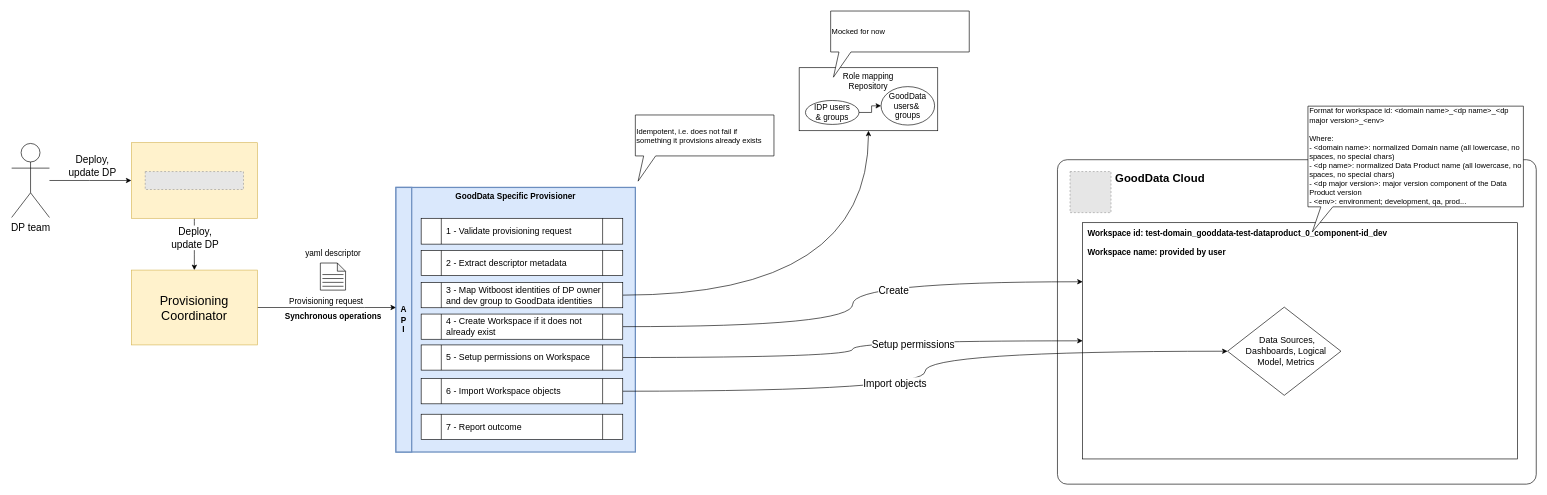
agile-lab-dev/witboost-gooddata-specific-provisioner keeps this draw.io diagram as page "Output Port - Workspace - Provisioning" (2 of 5) of docs/hld.drawio. Above is the earlier version. Source tidied: cells renumbered, new cells numbered last; positions are measured from the earlier drawing's top-left corner, leaving out a move shared by most shapes. Both pictures are drawn from the tidied source at 63%, with x=0, y=0 at pixel (11, 11). Pictures stored in the file or linked from it are replaced by grey dashed boxes.
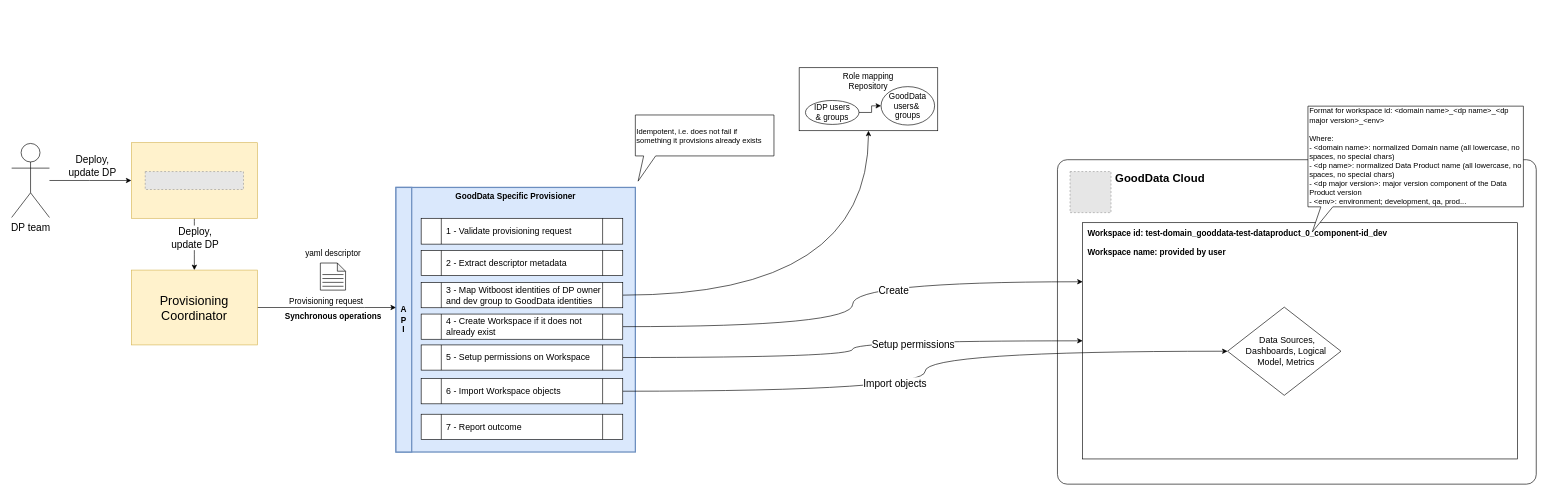
The same page after the edit.

Change to the diagram source:
```diff
@@
-    <mxCell id="48" value="Mocked for now" style="shape=callout;whiteSpace=wrap;html=1;perimeter=calloutPerimeter;align=left;size=40;position=0.06;position2=0.02;base=19;" parent="1" vertex="1">
-      <mxGeometry x="1300" width="220" height="105" as="geometry" />
-    </mxCell>
```
